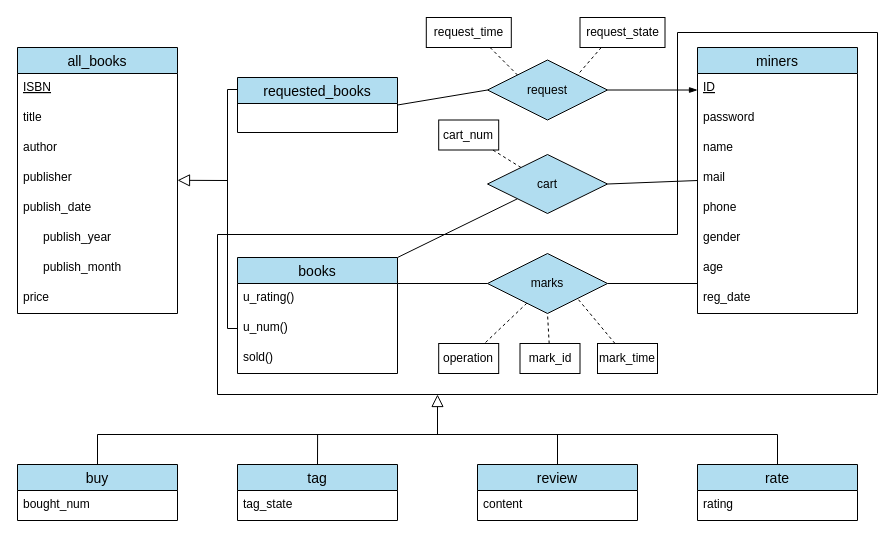
The draw.io diagram docs/img/ER.drawio in zcysxy/Salt-Library, before the edit. Source tidied: cells renumbered, new cells numbered last; positions are measured from the earlier drawing's top-left corner, leaving out a move shared by most shapes. Both pictures are drawn from the tidied source at 100%, with x=0, y=0 at pixel (17, 17).
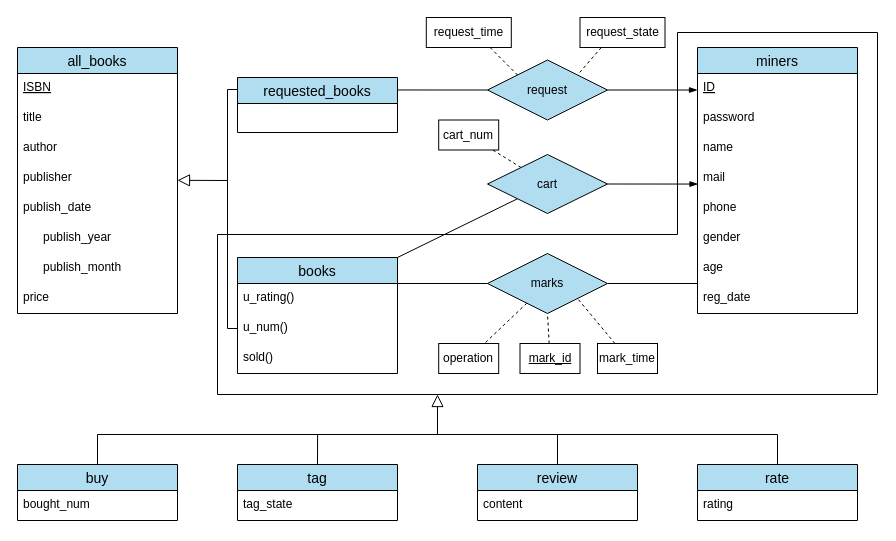
The same diagram, later.

Unchanged cells that the change refers to:
```xml
<mxCell id="15" value="mail" style="text;fillColor=none;spacingLeft=4;spacingRight=4;overflow=hidden;points=[[0,0.5],[1,0.5]];portConstraint=eastwest;fontSize=12;fontColor=#000000;" parent="11" vertex="1">
  <mxGeometry y="116" width="160" height="30" as="geometry" />
</mxCell>
<mxCell id="24" value="request" style="shape=rhombus;perimeter=rhombusPerimeter;whiteSpace=wrap;html=1;align=center;fillColor=#B1DDF0;fontColor=#000000;strokeColor=#000000;" parent="1" vertex="1">
  <mxGeometry x="470" y="42.5" width="120" height="60" as="geometry" />
</mxCell>
<mxCell id="27" value="cart" style="shape=rhombus;perimeter=rhombusPerimeter;whiteSpace=wrap;html=1;align=center;fillColor=#B1DDF0;fontColor=#000000;strokeColor=#000000;" parent="1" vertex="1">
  <mxGeometry x="470" y="137" width="120" height="59" as="geometry" />
</mxCell>
<mxCell id="28" value="cart_num" style="whiteSpace=wrap;html=1;align=center;fontColor=#000000;fillColor=none;strokeColor=#000000;" parent="1" vertex="1">
  <mxGeometry x="421.2" y="102.5" width="60" height="30" as="geometry" />
</mxCell>
<mxCell id="33" value="requested_books" style="swimlane;fontStyle=0;horizontal=1;startSize=26;align=center;fontSize=14;fillColor=#B1DDF0;fontColor=#000000;strokeColor=#000000;" parent="1" vertex="1">
  <mxGeometry x="220" y="60" width="160" height="55" as="geometry" />
</mxCell>
```

The edit, as a diff of the source:
```diff
@@
-    <mxCell id="22" style="rounded=0;jettySize=auto;html=1;entryX=1;entryY=0.5;entryDx=0;entryDy=0;startArrow=none;startFill=0;startSize=6;endArrow=none;endFill=0;endSize=6;exitX=0;exitY=0.5;exitDx=0;exitDy=0;labelBackgroundColor=#09555B;fontColor=#000000;strokeColor=#000000;" parent="1" edge="1" source="24" target="33">
+    <mxCell id="22" style="rounded=0;jettySize=auto;html=1;entryX=1;entryY=0.227;entryDx=0;entryDy=0;startArrow=none;startFill=0;startSize=6;endArrow=none;endFill=0;endSize=6;exitX=0;exitY=0.5;exitDx=0;exitDy=0;labelBackgroundColor=#09555B;fontColor=#000000;strokeColor=#000000;entryPerimeter=0;" parent="1" edge="1" source="24" target="33">
       <mxGeometry relative="1" as="geometry" />
     </mxCell>
@@
+    <mxCell id="26" style="edgeStyle=none;rounded=0;jettySize=auto;html=1;startArrow=none;startFill=0;startSize=6;endArrow=none;endFill=0;endSize=6;labelBackgroundColor=#09555B;fontColor=#000000;dashed=1;strokeColor=#000000;" parent="1" edge="1" source="27" target="28">
+      <mxGeometry relative="1" as="geometry" />
+    </mxCell>
-    <mxCell id="25" style="edgeStyle=none;rounded=0;jettySize=auto;html=1;startArrow=none;startFill=0;startSize=6;endArrow=none;endFill=0;endSize=6;exitX=1;exitY=0.5;exitDx=0;exitDy=0;labelBackgroundColor=#09555B;fontColor=#000000;strokeColor=#000000;entryX=0;entryY=0.567;entryDx=0;entryDy=0;entryPerimeter=0;" parent="1" edge="1" source="27" target="15">
+    <mxCell id="25" style="edgeStyle=none;rounded=0;jettySize=auto;html=1;exitX=1;exitY=0.5;exitDx=0;exitDy=0;entryX=0.003;entryY=0.685;entryDx=0;entryDy=0;entryPerimeter=0;strokeColor=#000000;endArrow=blockThin;endFill=1;" parent="1" edge="1" source="27" target="15">
       <mxGeometry relative="1" as="geometry" />
     </mxCell>
-    <mxCell id="26" style="edgeStyle=none;rounded=0;jettySize=auto;html=1;startArrow=none;startFill=0;startSize=6;endArrow=none;endFill=0;endSize=6;labelBackgroundColor=#09555B;fontColor=#000000;dashed=1;strokeColor=#000000;" parent="1" edge="1" source="27" target="28">
-      <mxGeometry relative="1" as="geometry" />
-    </mxCell>
@@
-    <mxCell id="44" value="mark_id" style="whiteSpace=wrap;html=1;align=center;fontColor=#000000;fillColor=none;strokeColor=#000000;" parent="1" vertex="1">
+    <mxCell id="44" value="&lt;u&gt;mark_id&lt;/u&gt;" style="whiteSpace=wrap;html=1;align=center;fontColor=#000000;fillColor=none;strokeColor=#000000;" parent="1" vertex="1">
       <mxGeometry x="502.5" y="326" width="60" height="30" as="geometry" />
     </mxCell>
```
